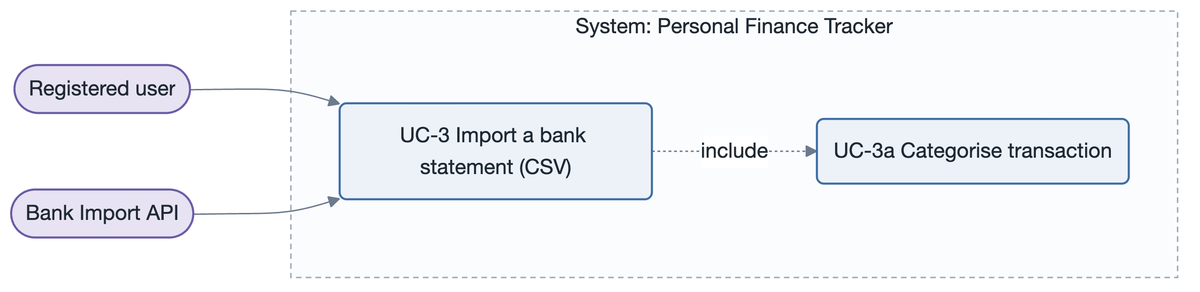
rtym/sei-architecture-methodology keeps this Mermaid diagram as examples/personal-finance-tracker-mermaid/drivers/use-cases/diagrams/UC-3.png. Above is the earlier version. Its source is kept beside it as examples/personal-finance-tracker-mermaid/drivers/use-cases/diagrams/UC-3.mmd.
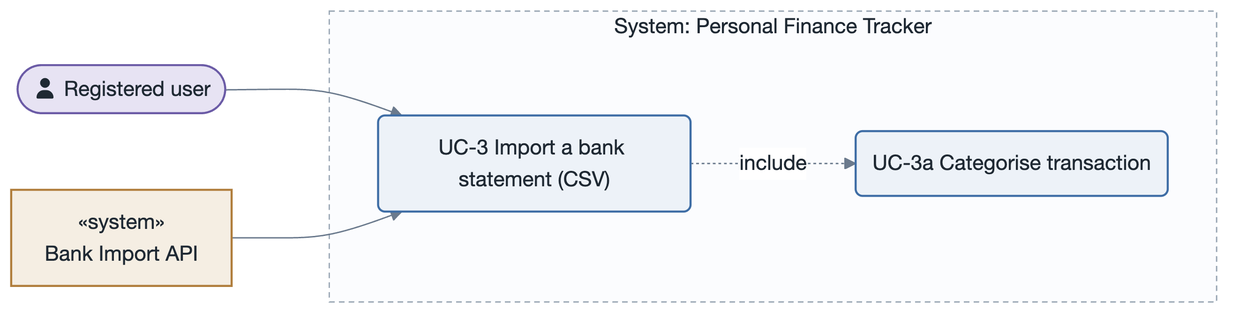
The same file after the commit.

Change to the diagram source:
```diff
@@ -1,6 +1,6 @@
 flowchart LR
-  pa(["Registered user"])
-  bank(["Bank Import API"])
+  pa(["fa:fa-user Registered user"])
+  bank["&laquo;system&raquo;<br/>Bank Import API"]
   subgraph sys["System: Personal Finance Tracker"]
     uc3("UC-3 Import a bank statement (CSV)")
     uc3a("UC-3a Categorise transaction")
@@ -9,6 +9,8 @@
   bank --> uc3
   uc3 -. include .-> uc3a
   classDef source   fill:#E7E3F3,stroke:#6B5BA6,color:#1F2933;
+  classDef external fill:#F5EEE3,stroke:#B07D3B,color:#1F2933;
   classDef artifact fill:#EDF2F8,stroke:#3E6DA5,color:#1F2933;
-  class pa,bank source
+  class pa source
+  class bank external
   class uc3,uc3a artifact
```
